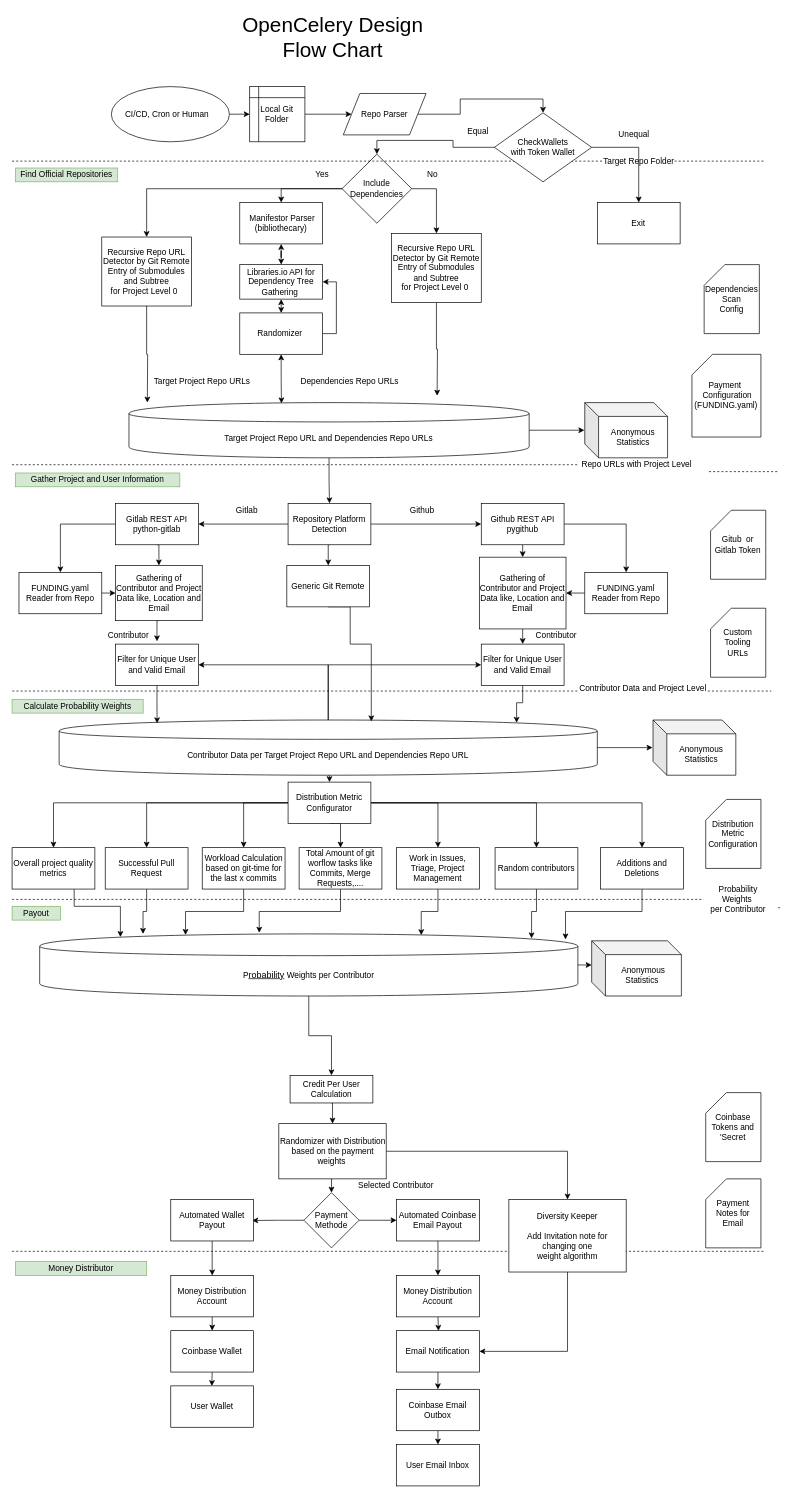
Earlier version of the draw.io diagram docs/design/opencelery.drawio (protontypes/LibreSelery). Source tidied: cells renumbered, new cells numbered last; positions are measured from the earlier drawing's top-left corner, leaving out a move shared by most shapes. Both pictures are drawn from the tidied source at 69%, with x=0, y=0 at pixel (12, 23).
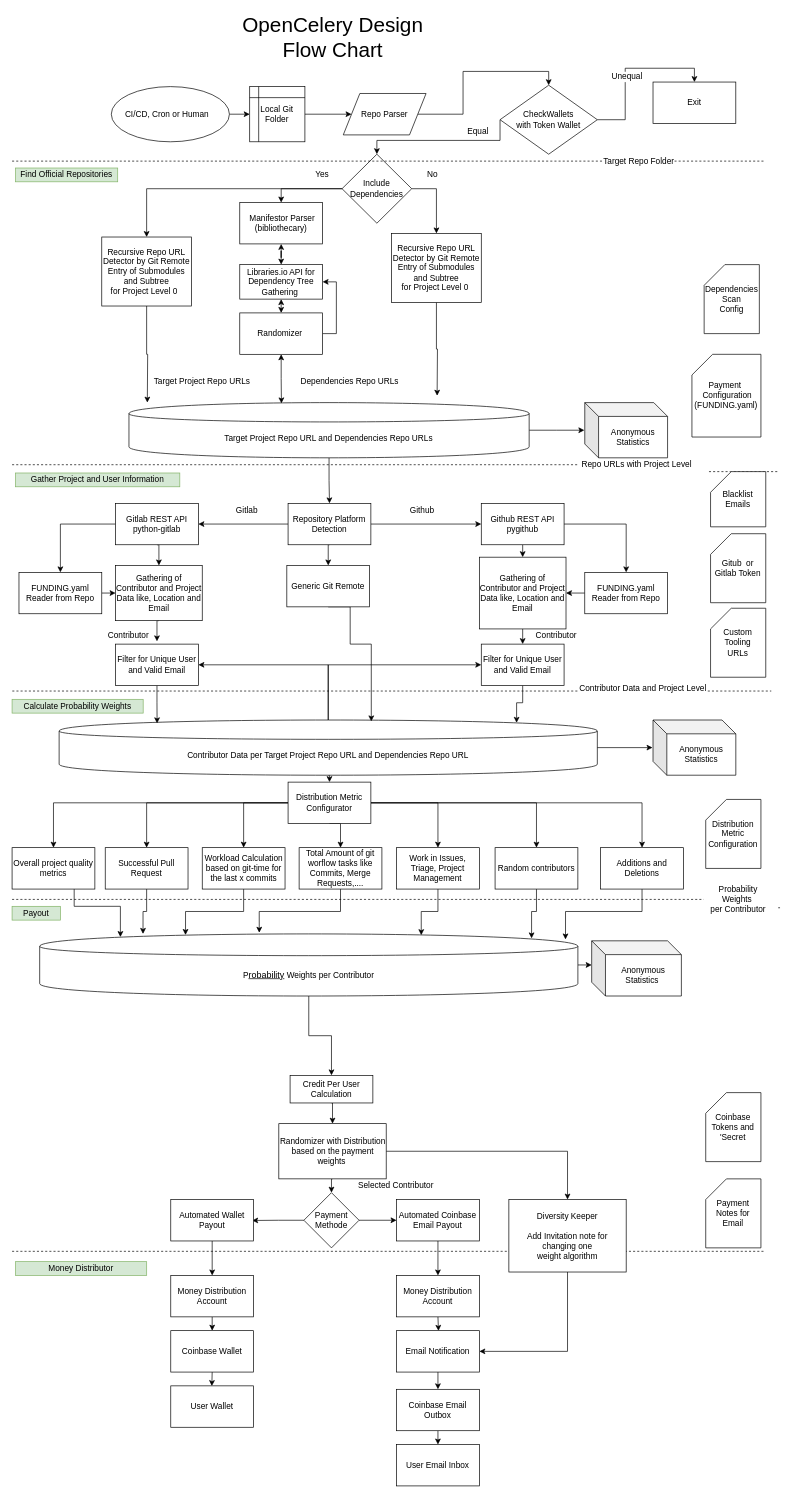
The same page after the edit.

Commit message (it also covers changes not shown here):
added blacklist list to design chart

Unchanged cells that the change refers to:
```xml
<mxCell id="48" value="Include Dependencies" style="rhombus;whiteSpace=wrap;html=1;" parent="1" vertex="1">
  <mxGeometry x="478.2" y="190" width="101" height="100" as="geometry" />
</mxCell>
```

The edit, as a diff of the source:
```diff
@@
     <mxCell id="31" value="Gitub&amp;nbsp; or Gitlab Token" style="shape=card;whiteSpace=wrap;html=1;" parent="1" vertex="1">
-      <mxGeometry x="1012.3" y="706" width="80" height="100" as="geometry" />
+      <mxGeometry x="1012.3" y="740" width="80" height="100" as="geometry" />
     </mxCell>
@@
     <mxCell id="141" value="Exit" style="rounded=0;whiteSpace=wrap;html=1;" parent="1" vertex="1">
-      <mxGeometry x="848.2" y="260" width="120" height="60" as="geometry" />
+      <mxGeometry x="928.9" y="85.4" width="120" height="60" as="geometry" />
     </mxCell>
@@
     <mxCell id="144" style="edgeStyle=orthogonalEdgeStyle;rounded=0;jettySize=auto;html=1;exitX=0;exitY=0.5;exitDx=0;exitDy=0;entryX=0.5;entryY=0;entryDx=0;entryDy=0;" parent="1" edge="1" source="145" target="48">
-      <mxGeometry relative="1" as="geometry" />
+      <mxGeometry relative="1" as="geometry">
+        <Array as="points">
+          <mxPoint x="707" y="170" />
+          <mxPoint x="528" y="170" />
+        </Array>
+      </mxGeometry>
     </mxCell>
     <mxCell id="145" value="CheckWallets &lt;br&gt;with Token Wallet" style="rhombus;whiteSpace=wrap;html=1;" parent="1" vertex="1">
-      <mxGeometry x="699" y="130" width="141" height="100" as="geometry" />
+      <mxGeometry x="707.2" y="90" width="141" height="100" as="geometry" />
     </mxCell>
@@
+    <mxCell id="149" value="Blacklist&lt;br&gt;Emails" style="shape=card;whiteSpace=wrap;html=1;" parent="1" vertex="1">
+      <mxGeometry x="1012.3" y="650" width="80" height="80" as="geometry" />
+    </mxCell>
```
